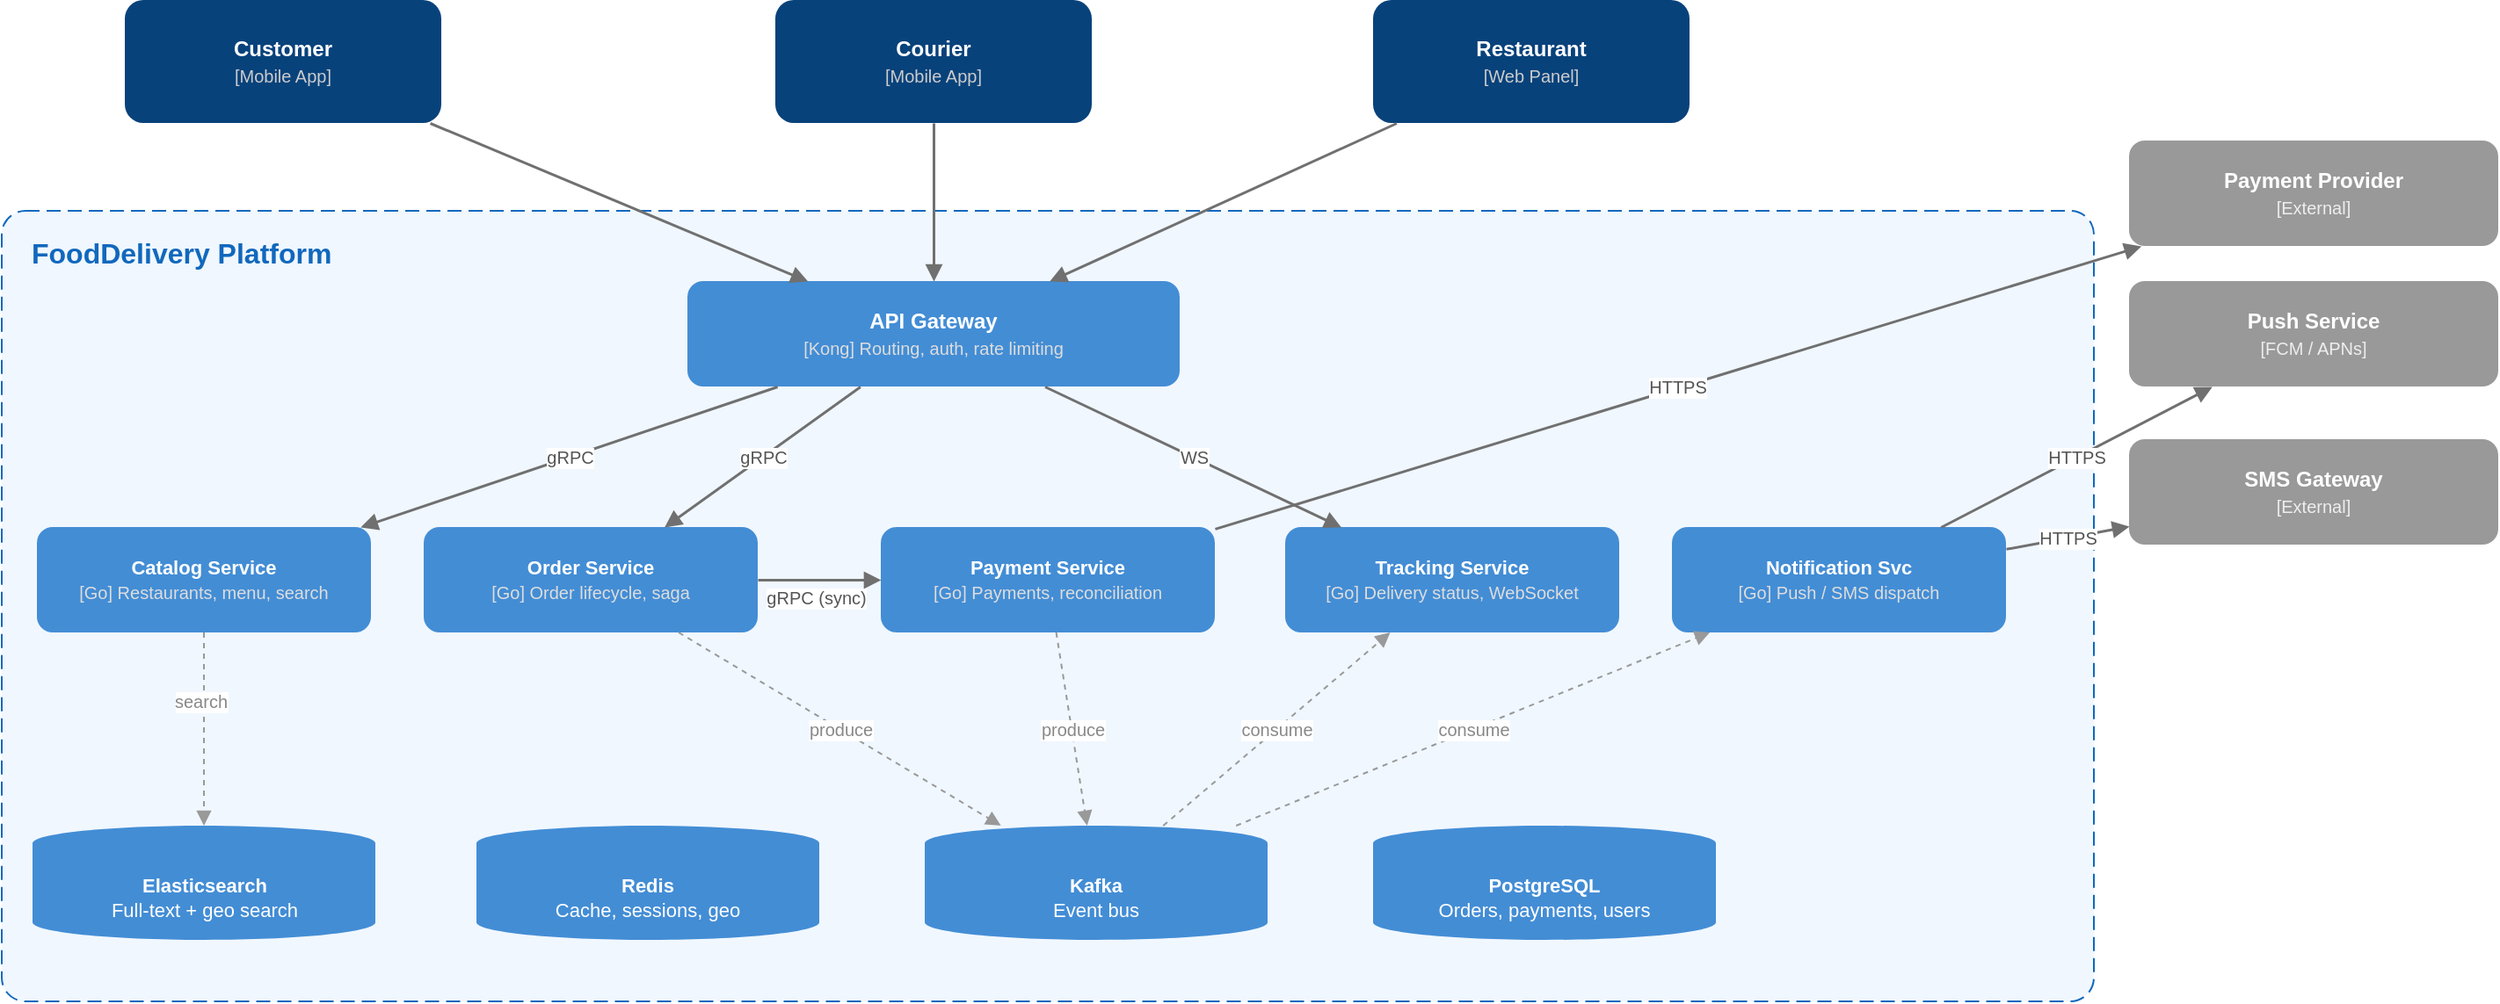
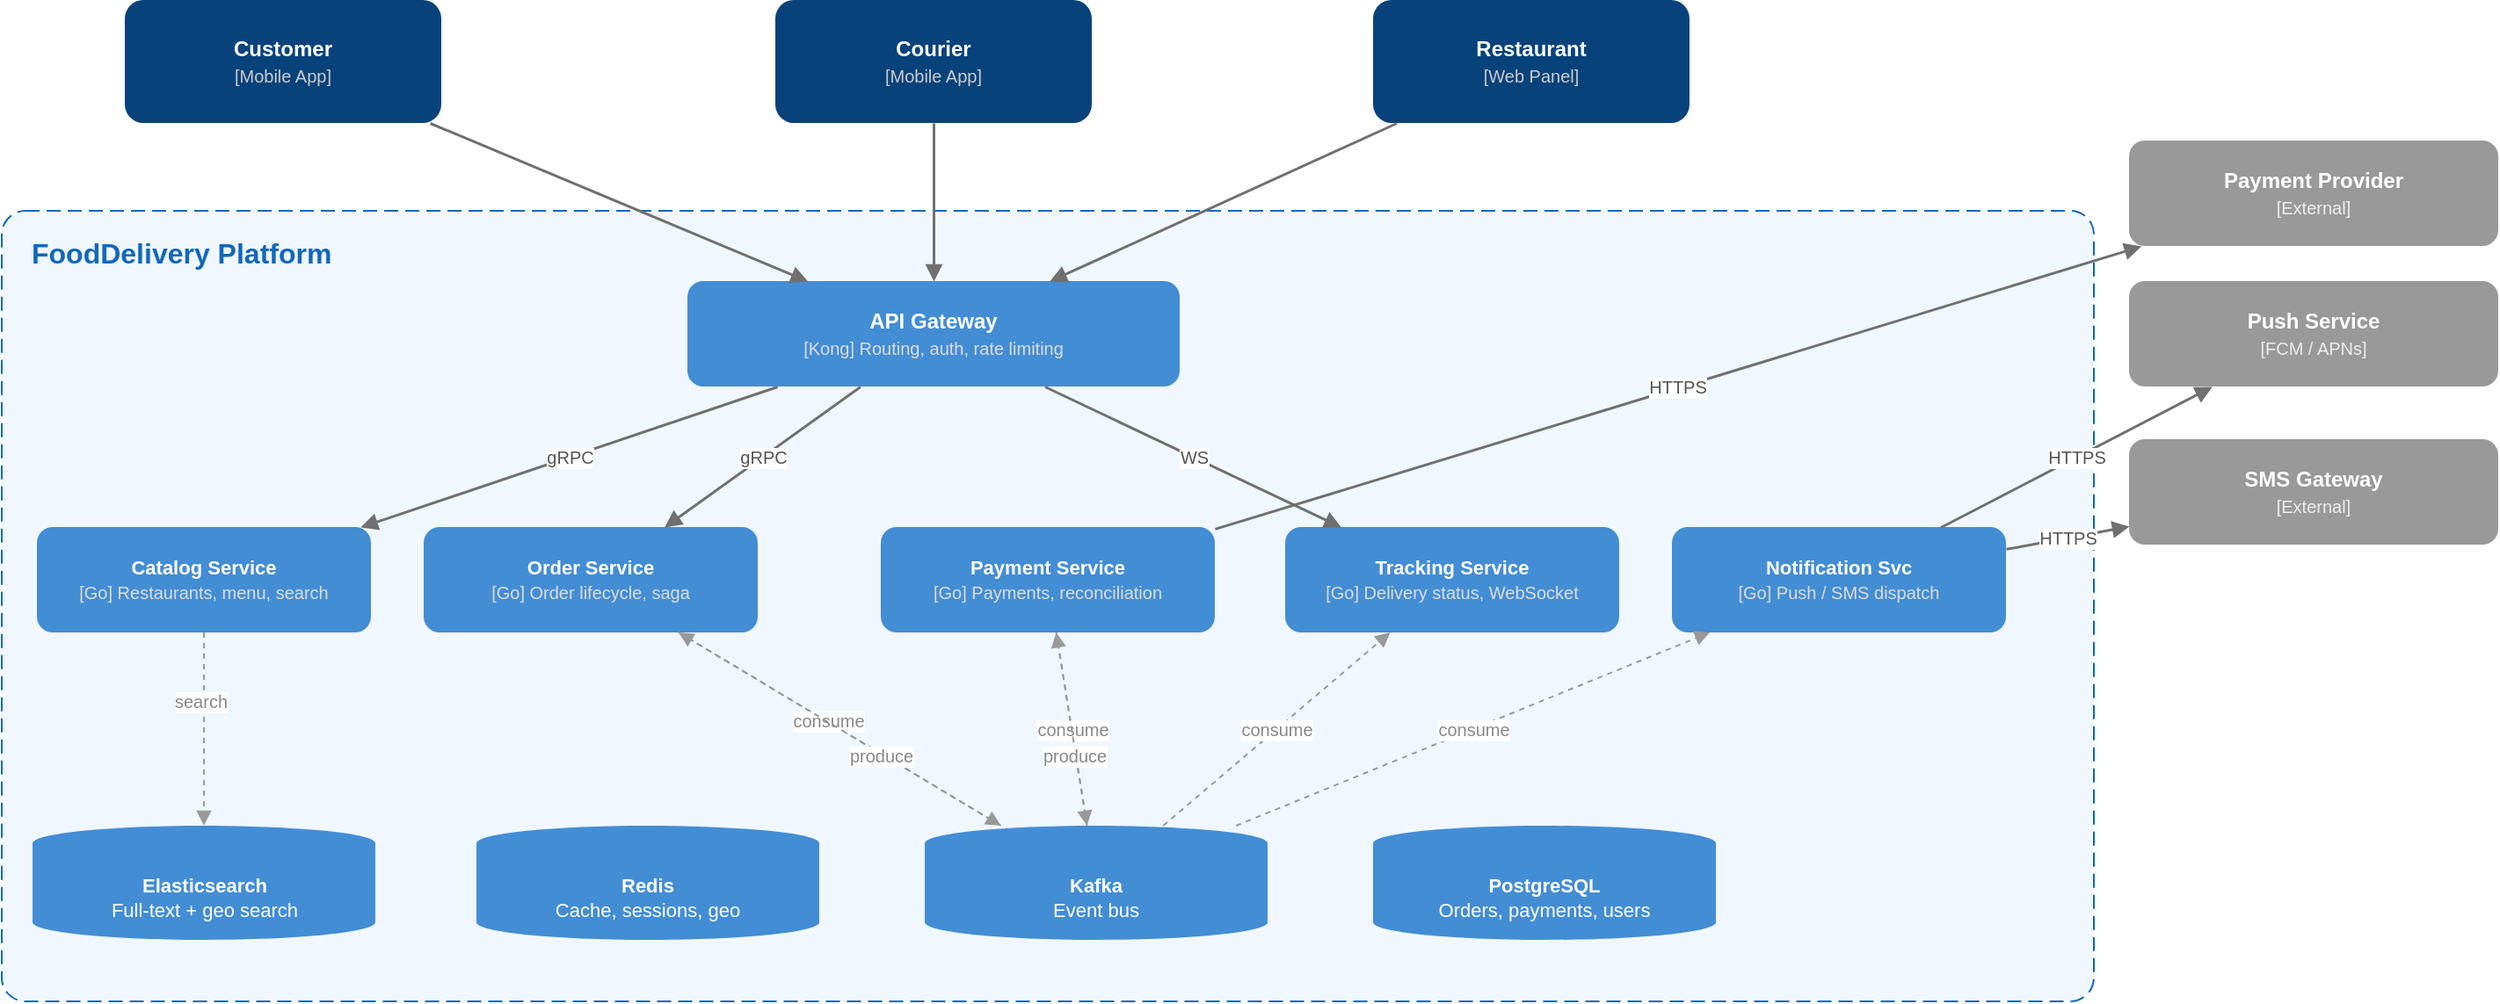
- <mxGraphModel dx="1225" dy="746" grid="1" gridSize="10" guides="1" tooltips="1" connect="1" arrows="1" fold="1" page="1" pageScale="1" pageWidth="1500" pageHeight="780" math="0" shadow="0">
+ <mxGraphModel dx="1438" dy="878" grid="1" gridSize="10" guides="1" tooltips="1" connect="1" arrows="1" fold="1" page="1" pageScale="1" pageWidth="1500" pageHeight="780" math="0" shadow="0">
  <root>
    <mxCell id="0" />
    <mxCell id="1" parent="0" />
    <mxCell id="p1" parent="1" style="rounded=1;whiteSpace=wrap;html=1;fillColor=#08427B;fontColor=#ffffff;strokeColor=none;fontSize=12;" value="&lt;b&gt;Customer&lt;/b&gt;&lt;br&gt;&lt;font style=&quot;font-size:10px;color:#ccc&quot;&gt;[Mobile App]&lt;/font&gt;" vertex="1">
      <mxGeometry height="70" width="180" x="90" y="20" as="geometry" />
    </mxCell>
    <mxCell id="p2" parent="1" style="rounded=1;whiteSpace=wrap;html=1;fillColor=#08427B;fontColor=#ffffff;strokeColor=none;fontSize=12;" value="&lt;b&gt;Courier&lt;/b&gt;&lt;br&gt;&lt;font style=&quot;font-size:10px;color:#ccc&quot;&gt;[Mobile App]&lt;/font&gt;" vertex="1">
      <mxGeometry height="70" width="180" x="460" y="20" as="geometry" />
    </mxCell>
    <mxCell id="p3" parent="1" style="rounded=1;whiteSpace=wrap;html=1;fillColor=#08427B;fontColor=#ffffff;strokeColor=none;fontSize=12;" value="&lt;b&gt;Restaurant&lt;/b&gt;&lt;br&gt;&lt;font style=&quot;font-size:10px;color:#ccc&quot;&gt;[Web Panel]&lt;/font&gt;" vertex="1">
      <mxGeometry height="70" width="180" x="800" y="20" as="geometry" />
    </mxCell>
    <mxCell id="boundary" parent="1" style="rounded=1;whiteSpace=wrap;html=1;fillColor=#F0F7FF;strokeColor=#1168BD;dashed=1;dashPattern=8 4;fontSize=16;fontStyle=1;fontColor=#1168BD;verticalAlign=top;align=left;spacingLeft=15;spacingTop=8;arcSize=3;" value="FoodDelivery Platform" vertex="1">
      <mxGeometry height="450" width="1190" x="20" y="140" as="geometry" />
    </mxCell>
    <mxCell id="gw" parent="1" style="rounded=1;whiteSpace=wrap;html=1;fillColor=#438DD5;fontColor=#ffffff;strokeColor=none;fontSize=12;" value="&lt;b&gt;API Gateway&lt;/b&gt;&lt;br&gt;&lt;font style=&quot;font-size:10px;color:#ddd&quot;&gt;[Kong] Routing, auth, rate limiting&lt;/font&gt;" vertex="1">
      <mxGeometry height="60" width="280" x="410" y="180" as="geometry" />
    </mxCell>
    <mxCell id="s1" parent="1" style="rounded=1;whiteSpace=wrap;html=1;fillColor=#438DD5;fontColor=#ffffff;strokeColor=none;fontSize=11;" value="&lt;b&gt;Catalog Service&lt;/b&gt;&lt;br&gt;&lt;font style=&quot;font-size:10px;color:#ddd&quot;&gt;[Go] Restaurants, menu, search&lt;/font&gt;" vertex="1">
      <mxGeometry height="60" width="190" x="40" y="320" as="geometry" />
    </mxCell>
    <mxCell id="s2" parent="1" style="rounded=1;whiteSpace=wrap;html=1;fillColor=#438DD5;fontColor=#ffffff;strokeColor=none;fontSize=11;" value="&lt;b&gt;Order Service&lt;/b&gt;&lt;br&gt;&lt;font style=&quot;font-size:10px;color:#ddd&quot;&gt;[Go] Order lifecycle, saga&lt;/font&gt;" vertex="1">
      <mxGeometry height="60" width="190" x="260" y="320" as="geometry" />
    </mxCell>
    <mxCell id="s3" parent="1" style="rounded=1;whiteSpace=wrap;html=1;fillColor=#438DD5;fontColor=#ffffff;strokeColor=none;fontSize=11;" value="&lt;b&gt;Payment Service&lt;/b&gt;&lt;br&gt;&lt;font style=&quot;font-size:10px;color:#ddd&quot;&gt;[Go] Payments, reconciliation&lt;/font&gt;" vertex="1">
      <mxGeometry height="60" width="190" x="520" y="320" as="geometry" />
    </mxCell>
    <mxCell id="s4" parent="1" style="rounded=1;whiteSpace=wrap;html=1;fillColor=#438DD5;fontColor=#ffffff;strokeColor=none;fontSize=11;" value="&lt;b&gt;Tracking Service&lt;/b&gt;&lt;br&gt;&lt;font style=&quot;font-size:10px;color:#ddd&quot;&gt;[Go] Delivery status, WebSocket&lt;/font&gt;" vertex="1">
      <mxGeometry height="60" width="190" x="750" y="320" as="geometry" />
    </mxCell>
    <mxCell id="s5" parent="1" style="rounded=1;whiteSpace=wrap;html=1;fillColor=#438DD5;fontColor=#ffffff;strokeColor=none;fontSize=11;" value="&lt;b&gt;Notification Svc&lt;/b&gt;&lt;br&gt;&lt;font style=&quot;font-size:10px;color:#ddd&quot;&gt;[Go] Push / SMS dispatch&lt;/font&gt;" vertex="1">
      <mxGeometry height="60" width="190" x="970" y="320" as="geometry" />
    </mxCell>
    <mxCell id="d1" parent="1" style="shape=cylinder3;whiteSpace=wrap;html=1;boundedLbl=1;backgroundOutline=1;size=10;fillColor=#438DD5;fontColor=#ffffff;strokeColor=none;fontSize=11;" value="&lt;b&gt;PostgreSQL&lt;/b&gt;&lt;div&gt;Orders, payments, users&lt;/div&gt;" vertex="1">
      <mxGeometry height="65" width="195" x="800" y="490" as="geometry" />
    </mxCell>
    <mxCell id="d2" parent="1" style="shape=cylinder3;whiteSpace=wrap;html=1;boundedLbl=1;backgroundOutline=1;size=10;fillColor=#438DD5;fontColor=#ffffff;strokeColor=none;fontSize=11;" value="&lt;b&gt;Redis&lt;/b&gt;&lt;br&gt;Cache, sessions, geo" vertex="1">
      <mxGeometry height="65" width="195" x="290" y="490" as="geometry" />
    </mxCell>
    <mxCell id="d3" parent="1" style="shape=cylinder3;whiteSpace=wrap;html=1;boundedLbl=1;backgroundOutline=1;size=10;fillColor=#438DD5;fontColor=#ffffff;strokeColor=none;fontSize=11;" value="&lt;b&gt;Kafka&lt;/b&gt;&lt;br&gt;Event bus" vertex="1">
      <mxGeometry height="65" width="195" x="545" y="490" as="geometry" />
    </mxCell>
    <mxCell id="d4" parent="1" style="shape=cylinder3;whiteSpace=wrap;html=1;boundedLbl=1;backgroundOutline=1;size=10;fillColor=#438DD5;fontColor=#ffffff;strokeColor=none;fontSize=11;" value="&lt;b&gt;Elasticsearch&lt;/b&gt;&lt;br&gt;Full-text + geo search" vertex="1">
      <mxGeometry height="65" width="195" x="37.5" y="490" as="geometry" />
    </mxCell>
    <mxCell id="ext1" parent="1" style="rounded=1;whiteSpace=wrap;html=1;fillColor=#999999;fontColor=#ffffff;strokeColor=none;fontSize=12;" value="&lt;b&gt;Payment Provider&lt;/b&gt;&lt;br&gt;&lt;font style=&quot;font-size:10px;color:#eee&quot;&gt;[External]&lt;/font&gt;" vertex="1">
      <mxGeometry height="60" width="210" x="1230" y="100" as="geometry" />
    </mxCell>
    <mxCell id="ext2" parent="1" style="rounded=1;whiteSpace=wrap;html=1;fillColor=#999999;fontColor=#ffffff;strokeColor=none;fontSize=12;" value="&lt;b&gt;Push Service&lt;/b&gt;&lt;br&gt;&lt;font style=&quot;font-size:10px;color:#eee&quot;&gt;[FCM / APNs]&lt;/font&gt;" vertex="1">
      <mxGeometry height="60" width="210" x="1230" y="180" as="geometry" />
    </mxCell>
    <mxCell id="ext3" parent="1" style="rounded=1;whiteSpace=wrap;html=1;fillColor=#999999;fontColor=#ffffff;strokeColor=none;fontSize=12;" value="&lt;b&gt;SMS Gateway&lt;/b&gt;&lt;br&gt;&lt;font style=&quot;font-size:10px;color:#eee&quot;&gt;[External]&lt;/font&gt;" vertex="1">
      <mxGeometry height="60" width="210" x="1230" y="270" as="geometry" />
    </mxCell>
    <mxCell id="e1" edge="1" parent="1" source="p1" style="endArrow=block;endFill=1;html=1;rounded=0;strokeColor=#707070;strokeWidth=1.5;" target="gw">
      <mxGeometry relative="1" as="geometry" />
    </mxCell>
    <mxCell id="e2" edge="1" parent="1" source="p2" style="endArrow=block;endFill=1;html=1;rounded=0;strokeColor=#707070;strokeWidth=1.5;" target="gw">
      <mxGeometry relative="1" as="geometry" />
    </mxCell>
    <mxCell id="e3" edge="1" parent="1" source="p3" style="endArrow=block;endFill=1;html=1;rounded=0;strokeColor=#707070;strokeWidth=1.5;" target="gw">
      <mxGeometry relative="1" as="geometry" />
    </mxCell>
    <mxCell id="e4" edge="1" parent="1" source="gw" style="endArrow=block;endFill=1;html=1;rounded=0;strokeColor=#707070;strokeWidth=1.5;fontSize=10;fontColor=#555555;" target="s1" value="gRPC">
      <mxGeometry relative="1" as="geometry" />
    </mxCell>
    <mxCell id="e5" edge="1" parent="1" source="gw" style="endArrow=block;endFill=1;html=1;rounded=0;strokeColor=#707070;strokeWidth=1.5;fontSize=10;fontColor=#555555;" target="s2" value="gRPC">
      <mxGeometry relative="1" as="geometry" />
    </mxCell>
    <mxCell id="e6" edge="1" parent="1" source="gw" style="endArrow=block;endFill=1;html=1;rounded=0;strokeColor=#707070;strokeWidth=1.5;fontSize=10;fontColor=#555555;" target="s4" value="WS">
      <mxGeometry relative="1" as="geometry" />
    </mxCell>
-     <mxCell id="e7" edge="1" parent="1" source="s2" style="endArrow=block;endFill=1;html=1;rounded=0;strokeColor=#707070;strokeWidth=1.5;fontSize=10;fontColor=#555555;" target="s3" value="gRPC (sync)">
-       <mxGeometry relative="1" x="-0.0588" y="-10" as="geometry">
+     <mxCell id="e7a" edge="1" parent="1" source="d3" style="endArrow=block;endFill=1;html=1;rounded=0;strokeColor=#999999;strokeWidth=1;dashed=1;fontSize=10;fontColor=#888888;" target="s3" value="consume">
+       <mxGeometry relative="1" as="geometry" />
+     </mxCell>
+     <mxCell id="e7b" edge="1" parent="1" source="d3" style="endArrow=block;endFill=1;html=1;rounded=0;strokeColor=#999999;strokeWidth=1;dashed=1;fontSize=10;fontColor=#888888;" target="s2" value="consume">
+       <mxGeometry relative="1" x="0.0775" y="-1" as="geometry">
        <mxPoint as="offset" />
      </mxGeometry>
    </mxCell>
    <mxCell id="e8" edge="1" parent="1" source="s2" style="endArrow=block;endFill=1;html=1;rounded=0;strokeColor=#999999;strokeWidth=1;dashed=1;fontSize=10;fontColor=#888888;" target="d3" value="produce">
-       <mxGeometry relative="1" as="geometry" />
+       <mxGeometry relative="1" x="0.2594" y="-1" as="geometry">
+         <mxPoint as="offset" />
+       </mxGeometry>
    </mxCell>
    <mxCell id="e9" edge="1" parent="1" source="s3" style="endArrow=block;endFill=1;html=1;rounded=0;strokeColor=#999999;strokeWidth=1;dashed=1;fontSize=10;fontColor=#888888;" target="d3" value="produce">
-       <mxGeometry relative="1" as="geometry" />
+       <mxGeometry relative="1" x="0.2701" y="-1" as="geometry">
+         <mxPoint as="offset" />
+       </mxGeometry>
    </mxCell>
    <mxCell id="e10" edge="1" parent="1" source="d3" style="endArrow=block;endFill=1;html=1;rounded=0;strokeColor=#999999;strokeWidth=1;dashed=1;fontSize=10;fontColor=#888888;" target="s5" value="consume">
      <mxGeometry relative="1" as="geometry" />
    </mxCell>
    <mxCell id="e11" edge="1" parent="1" source="d3" style="endArrow=block;endFill=1;html=1;rounded=0;strokeColor=#999999;strokeWidth=1;dashed=1;fontSize=10;fontColor=#888888;" target="s4" value="consume">
      <mxGeometry relative="1" as="geometry" />
    </mxCell>
    <mxCell id="e12" edge="1" parent="1" source="s3" style="endArrow=block;endFill=1;html=1;rounded=0;strokeColor=#707070;strokeWidth=1.5;fontSize=10;fontColor=#555555;" target="ext1" value="HTTPS">
      <mxGeometry relative="1" as="geometry" />
    </mxCell>
    <mxCell id="e13" edge="1" parent="1" source="s5" style="endArrow=block;endFill=1;html=1;rounded=0;strokeColor=#707070;strokeWidth=1.5;fontSize=10;fontColor=#555555;" target="ext2" value="HTTPS">
      <mxGeometry relative="1" as="geometry" />
    </mxCell>
    <mxCell id="e14" edge="1" parent="1" source="s5" style="endArrow=block;endFill=1;html=1;rounded=0;strokeColor=#707070;strokeWidth=1.5;fontSize=10;fontColor=#555555;" target="ext3" value="HTTPS">
      <mxGeometry relative="1" as="geometry" />
    </mxCell>
    <mxCell id="e15" edge="1" parent="1" source="s1" style="endArrow=block;endFill=1;html=1;rounded=0;strokeColor=#999999;strokeWidth=1;dashed=1;fontSize=10;fontColor=#888888;" target="d4" value="search">
      <mxGeometry relative="1" x="-0.2877" y="-2" as="geometry">
        <mxPoint as="offset" />
      </mxGeometry>
    </mxCell>
  </root>
</mxGraphModel>
